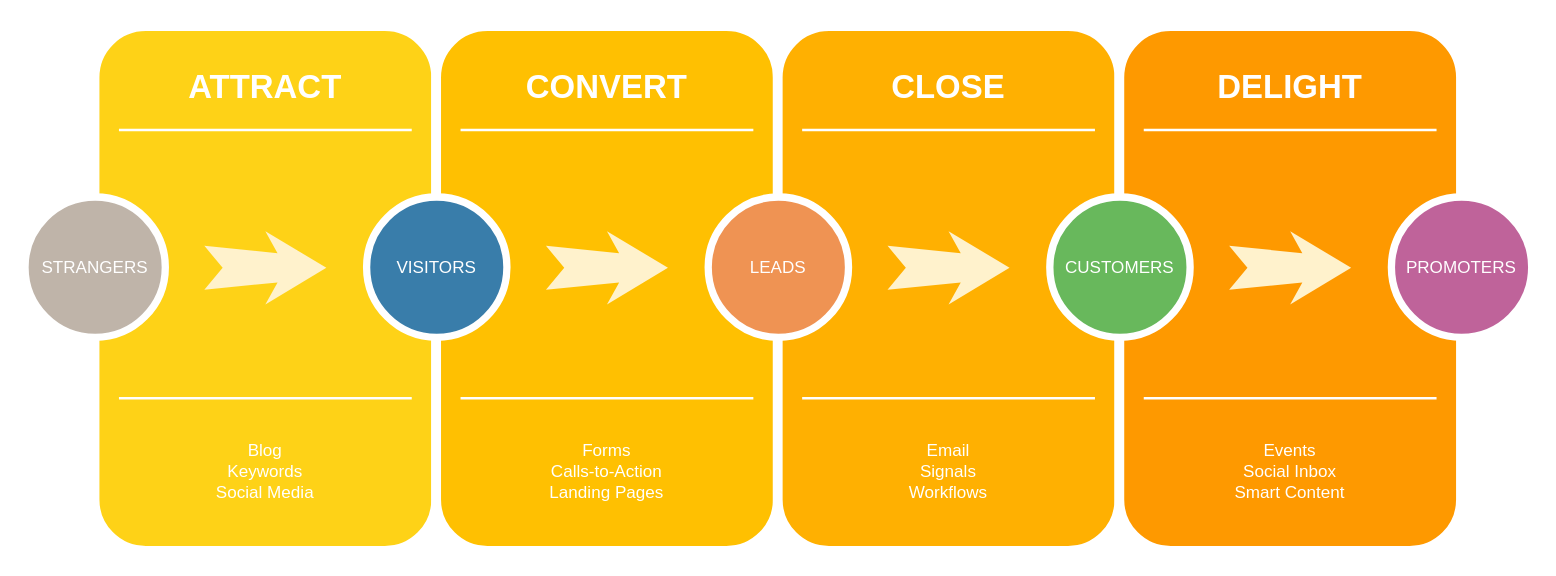
Earlier version of the draw.io diagram Untitled Diagram.drawio (sburkeGGLO/diagrams). Source tidied: cells renumbered, new cells numbered last; positions are measured from the earlier drawing's top-left corner, leaving out a move shared by most shapes. Both pictures are drawn from the tidied source at 122%, with x=0, y=0 at pixel (24, 26).
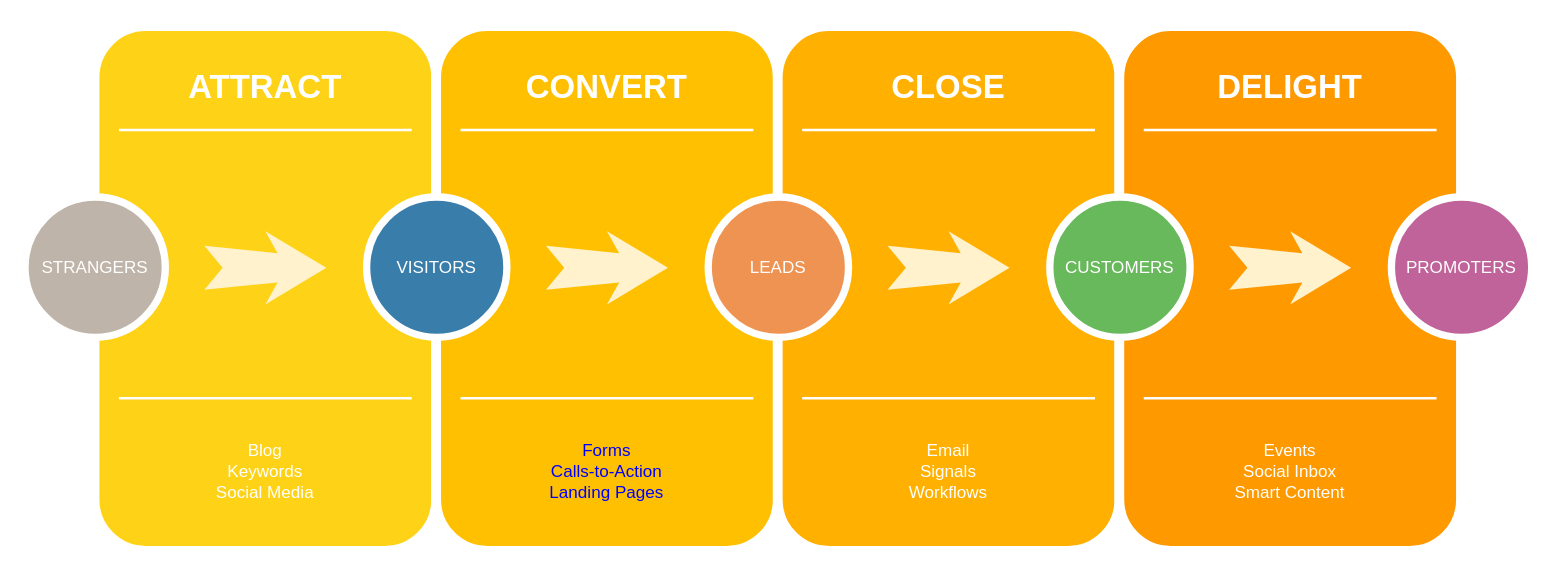
Above is the later version.

Diff of the diagram source:
```diff
@@
-    <mxCell id="11" value="Forms&lt;div&gt;Calls-to-Action&lt;/div&gt;&lt;div&gt;Landing Pages&lt;/div&gt;" style="text;html=1;strokeColor=none;fillColor=none;align=center;verticalAlign=middle;whiteSpace=wrap;rounded=0;shadow=0;fontSize=14;fontColor=#FFFFFF;" parent="1" vertex="1">
+    <mxCell id="11" value="Forms&lt;div&gt;Calls-to-Action&lt;/div&gt;&lt;div&gt;Landing Pages&lt;/div&gt;" style="text;html=1;strokeColor=none;fillColor=none;align=center;verticalAlign=middle;whiteSpace=wrap;rounded=0;shadow=0;fontSize=14;fontColor=#0000FF;" parent="1" vertex="1">
       <mxGeometry x="337" y="320" width="280" height="90" as="geometry" />
     </mxCell>
```
